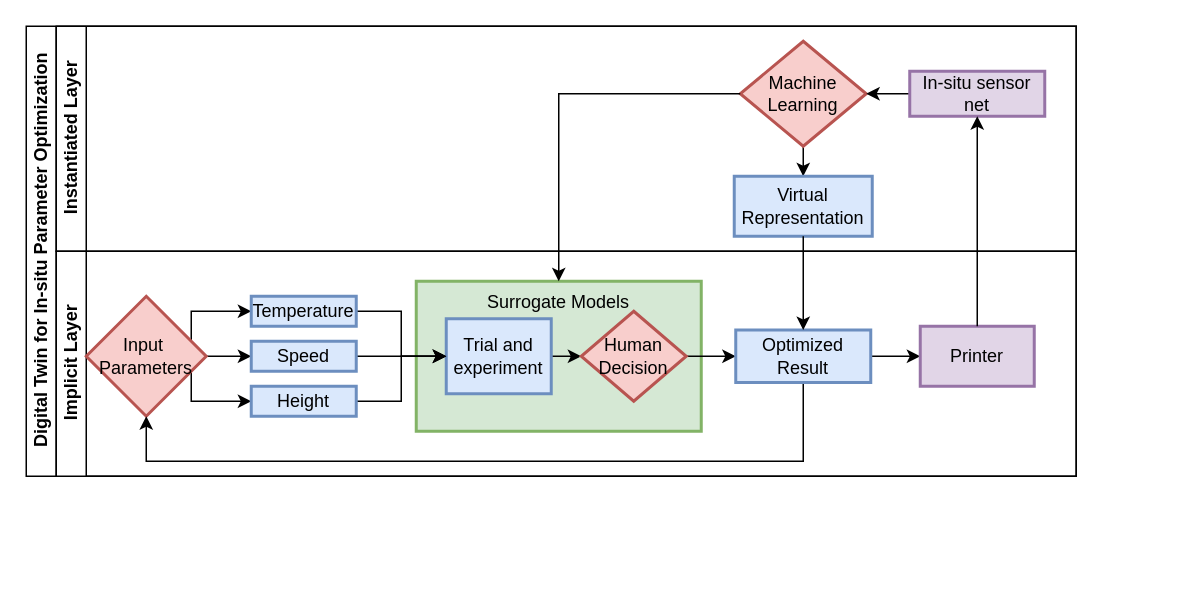
KexinYin-in-UK/In-situ-parameter-optimization keeps this draw.io diagram as 未命名绘图.drawio. Above is the earlier version. Source tidied: cells renumbered, new cells numbered last; positions are measured from the earlier drawing's top-left corner, leaving out a move shared by most shapes. Both pictures are drawn from the tidied source at 150%, with x=0, y=0 at pixel (26, 26).
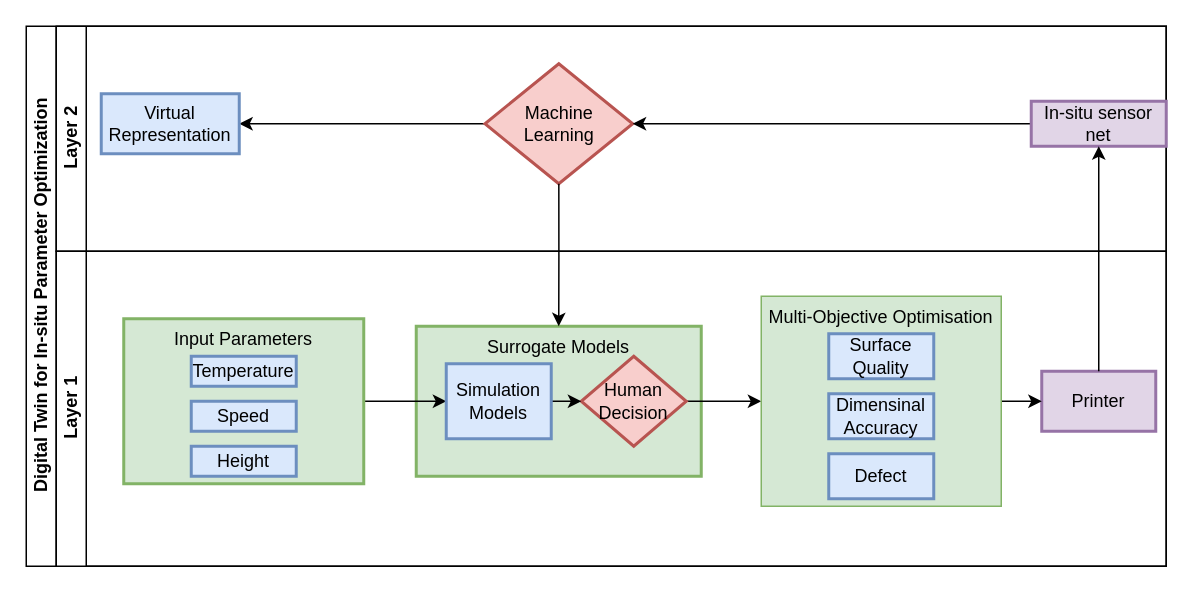
After the change.

Commit message:
更新未命名绘图.drawio

The edit, as a diff of the source:
```diff
@@
     <mxCell id="2" value="Digital Twin for In-situ Parameter Optimization" style="swimlane;html=1;horizontal=0;startSize=20;" parent="1" vertex="1">
-      <mxGeometry width="700" height="300" as="geometry" />
+      <mxGeometry width="760" height="360" as="geometry" />
     </mxCell>
-    <mxCell id="3" value="Instantiated Layer" style="swimlane;html=1;startSize=20;horizontal=0;" parent="2" vertex="1">
-      <mxGeometry x="20" width="680" height="150" as="geometry" />
+    <mxCell id="3" value="Layer 2" style="swimlane;html=1;startSize=20;horizontal=0;" parent="2" vertex="1">
+      <mxGeometry x="20" width="740" height="150" as="geometry" />
     </mxCell>
@@
     <mxCell id="5" value="Machine&lt;br&gt;Learning" style="rhombus;whiteSpace=wrap;html=1;fontFamily=Helvetica;fontSize=12;align=center;fillColor=#f8cecc;strokeColor=#b85450;strokeWidth=2;" parent="3" vertex="1">
-      <mxGeometry x="456" y="10" width="84" height="70" as="geometry" />
+      <mxGeometry x="285.8" y="25" width="98.5" height="80" as="geometry" />
     </mxCell>
@@
     <mxCell id="7" value="In-situ sensor net" style="rounded=0;whiteSpace=wrap;html=1;fillColor=#e1d5e7;strokeColor=#9673a6;strokeWidth=2;" parent="3" vertex="1">
-      <mxGeometry x="569" y="30" width="90" height="30" as="geometry" />
+      <mxGeometry x="650" y="50" width="90" height="30" as="geometry" />
     </mxCell>
     <mxCell id="8" value="Virtual&lt;br&gt;Representation" style="rounded=0;whiteSpace=wrap;html=1;fontFamily=Helvetica;fontSize=12;align=center;fillColor=#dae8fc;strokeColor=#6c8ebf;strokeWidth=2;" parent="3" vertex="1">
-      <mxGeometry x="452" y="100" width="92" height="40" as="geometry" />
+      <mxGeometry x="30" y="45" width="92" height="40" as="geometry" />
     </mxCell>
-    <mxCell id="9" value="Implicit Layer" style="swimlane;html=1;startSize=20;horizontal=0;" parent="2" vertex="1">
-      <mxGeometry x="20" y="150" width="680" height="150" as="geometry" />
+    <mxCell id="9" value="Layer 1" style="swimlane;html=1;startSize=20;horizontal=0;" parent="2" vertex="1">
+      <mxGeometry x="20" y="150" width="740" height="210" as="geometry" />
     </mxCell>
     <mxCell id="10" value="Surrogate Models" style="rounded=0;whiteSpace=wrap;html=1;verticalAlign=top;fillColor=#d5e8d4;strokeColor=#82b366;strokeWidth=2;" parent="9" vertex="1">
-      <mxGeometry x="240" y="20" width="190" height="100" as="geometry" />
+      <mxGeometry x="240" y="50" width="190" height="100" as="geometry" />
     </mxCell>
-    <mxCell id="11" style="edgeStyle=orthogonalEdgeStyle;rounded=0;jettySize=auto;html=1;exitX=1;exitY=0.5;exitDx=0;exitDy=0;entryX=0;entryY=0.5;entryDx=0;entryDy=0;" parent="9" edge="1" source="12" target="14">
-      <mxGeometry relative="1" as="geometry" />
-    </mxCell>
-    <mxCell id="12" value="Trial and experiment" style="rounded=0;whiteSpace=wrap;html=1;fontFamily=Helvetica;fontSize=12;align=center;fillColor=#dae8fc;strokeColor=#6c8ebf;strokeWidth=2;" parent="9" vertex="1">
-      <mxGeometry x="260" y="45" width="70" height="50" as="geometry" />
-    </mxCell>
-    <mxCell id="13" style="edgeStyle=orthogonalEdgeStyle;rounded=0;jettySize=auto;html=1;exitX=1;exitY=0.5;exitDx=0;exitDy=0;entryX=0;entryY=0.5;entryDx=0;entryDy=0;" parent="9" edge="1" source="14" target="27">
-      <mxGeometry relative="1" as="geometry" />
-    </mxCell>
+    <mxCell id="32" style="edgeStyle=orthogonalEdgeStyle;rounded=0;jettySize=auto;html=1;exitX=1;exitY=0.5;exitDx=0;exitDy=0;entryX=0;entryY=0.5;entryDx=0;entryDy=0;" parent="9" edge="1" source="18" target="35">
+      <mxGeometry relative="1" as="geometry" />
+    </mxCell>
+    <mxCell id="18" value="Input Parameters" style="rounded=0;whiteSpace=wrap;html=1;verticalAlign=top;fillColor=#d5e8d4;strokeColor=#82b366;strokeWidth=2;" parent="9" vertex="1">
+      <mxGeometry x="45" y="45" width="160" height="110" as="geometry" />
+    </mxCell>
+    <mxCell id="33" style="edgeStyle=orthogonalEdgeStyle;rounded=0;jettySize=auto;html=1;exitX=1;exitY=0.5;exitDx=0;exitDy=0;entryX=0;entryY=0.5;entryDx=0;entryDy=0;" parent="9" edge="1" source="14" target="37">
+      <mxGeometry relative="1" as="geometry" />
+    </mxCell>
     <mxCell id="14" value="Human&lt;br&gt;Decision" style="rhombus;whiteSpace=wrap;html=1;fontFamily=Helvetica;fontSize=12;align=center;fillColor=#f8cecc;strokeColor=#b85450;strokeWidth=2;" parent="9" vertex="1">
-      <mxGeometry x="350" y="40" width="70" height="60" as="geometry" />
+      <mxGeometry x="350" y="70" width="70" height="60" as="geometry" />
     </mxCell>
-    <mxCell id="15" style="edgeStyle=orthogonalEdgeStyle;rounded=0;jettySize=auto;html=1;exitX=1;exitY=0.5;exitDx=0;exitDy=0;entryX=0;entryY=0.5;entryDx=0;entryDy=0;" parent="9" edge="1" source="18" target="22">
-      <mxGeometry relative="1" as="geometry" />
-    </mxCell>
-    <mxCell id="16" style="edgeStyle=orthogonalEdgeStyle;rounded=0;jettySize=auto;html=1;exitX=1;exitY=0.5;exitDx=0;exitDy=0;entryX=0;entryY=0.5;entryDx=0;entryDy=0;" parent="9" edge="1" source="18" target="24">
-      <mxGeometry relative="1" as="geometry">
-        <Array as="points">
-          <mxPoint x="90" y="70" />
-          <mxPoint x="90" y="100" />
-        </Array>
-      </mxGeometry>
-    </mxCell>
-    <mxCell id="17" style="edgeStyle=orthogonalEdgeStyle;rounded=0;jettySize=auto;html=1;exitX=1;exitY=0.5;exitDx=0;exitDy=0;entryX=0;entryY=0.5;entryDx=0;entryDy=0;" parent="9" edge="1" source="18" target="20">
-      <mxGeometry relative="1" as="geometry">
-        <Array as="points">
-          <mxPoint x="90" y="70" />
-          <mxPoint x="90" y="40" />
-        </Array>
-      </mxGeometry>
-    </mxCell>
-    <mxCell id="18" value="Input&amp;nbsp;&lt;br&gt;Parameters" style="rhombus;whiteSpace=wrap;html=1;fillColor=#f8cecc;strokeColor=#b85450;strokeWidth=2;" parent="9" vertex="1">
-      <mxGeometry x="20" y="30" width="80" height="80" as="geometry" />
-    </mxCell>
-    <mxCell id="19" style="edgeStyle=orthogonalEdgeStyle;rounded=0;jettySize=auto;html=1;exitX=1;exitY=0.5;exitDx=0;exitDy=0;entryX=0;entryY=0.5;entryDx=0;entryDy=0;" parent="9" edge="1" source="20" target="12">
-      <mxGeometry relative="1" as="geometry" />
-    </mxCell>
     <mxCell id="20" value="Temperature" style="rounded=0;whiteSpace=wrap;html=1;fillColor=#dae8fc;strokeColor=#6c8ebf;strokeWidth=2;" parent="9" vertex="1">
-      <mxGeometry x="130" y="30" width="70" height="20" as="geometry" />
+      <mxGeometry x="90" y="70" width="70" height="20" as="geometry" />
     </mxCell>
-    <mxCell id="21" style="edgeStyle=orthogonalEdgeStyle;rounded=0;jettySize=auto;html=1;exitX=1;exitY=0.5;exitDx=0;exitDy=0;entryX=0;entryY=0.5;entryDx=0;entryDy=0;" parent="9" edge="1" source="22" target="12">
-      <mxGeometry relative="1" as="geometry" />
-    </mxCell>
     <mxCell id="22" value="Speed" style="rounded=0;whiteSpace=wrap;html=1;fillColor=#dae8fc;strokeColor=#6c8ebf;strokeWidth=2;" parent="9" vertex="1">
-      <mxGeometry x="130" y="60" width="70" height="20" as="geometry" />
+      <mxGeometry x="90" y="100" width="70" height="20" as="geometry" />
     </mxCell>
-    <mxCell id="23" style="edgeStyle=orthogonalEdgeStyle;rounded=0;jettySize=auto;html=1;exitX=1;exitY=0.5;exitDx=0;exitDy=0;entryX=0;entryY=0.5;entryDx=0;entryDy=0;" parent="9" edge="1" source="24" target="12">
-      <mxGeometry relative="1" as="geometry" />
-    </mxCell>
     <mxCell id="24" value="Height" style="rounded=0;whiteSpace=wrap;html=1;fillColor=#dae8fc;strokeColor=#6c8ebf;strokeWidth=2;" parent="9" vertex="1">
-      <mxGeometry x="130" y="90" width="70" height="20" as="geometry" />
+      <mxGeometry x="90" y="130" width="70" height="20" as="geometry" />
     </mxCell>
-    <mxCell id="25" style="edgeStyle=orthogonalEdgeStyle;rounded=0;jettySize=auto;html=1;exitX=0.5;exitY=1;exitDx=0;exitDy=0;entryX=0.5;entryY=1;entryDx=0;entryDy=0;" parent="9" edge="1" source="27" target="18">
-      <mxGeometry relative="1" as="geometry">
-        <Array as="points">
-          <mxPoint x="498" y="140" />
-          <mxPoint x="60" y="140" />
-        </Array>
-      </mxGeometry>
-    </mxCell>
-    <mxCell id="26" style="edgeStyle=orthogonalEdgeStyle;rounded=0;jettySize=auto;html=1;exitX=1;exitY=0.5;exitDx=0;exitDy=0;entryX=0;entryY=0.5;entryDx=0;entryDy=0;" parent="9" edge="1" source="27" target="28">
-      <mxGeometry relative="1" as="geometry" />
-    </mxCell>
-    <mxCell id="27" value="Optimized Result" style="rounded=0;whiteSpace=wrap;html=1;fillColor=#dae8fc;strokeColor=#6c8ebf;strokeWidth=2;" parent="9" vertex="1">
-      <mxGeometry x="453" y="52.5" width="90" height="35" as="geometry" />
-    </mxCell>
     <mxCell id="28" value="Printer" style="rounded=0;whiteSpace=wrap;html=1;fillColor=#e1d5e7;strokeColor=#9673a6;strokeWidth=2;" parent="9" vertex="1">
-      <mxGeometry x="576" y="50" width="76" height="40" as="geometry" />
+      <mxGeometry x="657" y="80" width="76" height="40" as="geometry" />
     </mxCell>
+    <mxCell id="34" style="edgeStyle=orthogonalEdgeStyle;rounded=0;jettySize=auto;html=1;exitX=1;exitY=0.5;exitDx=0;exitDy=0;entryX=0;entryY=0.5;entryDx=0;entryDy=0;" parent="9" edge="1" source="35" target="14">
+      <mxGeometry relative="1" as="geometry" />
+    </mxCell>
+    <mxCell id="35" value="Simulation Models" style="rounded=0;whiteSpace=wrap;html=1;fontFamily=Helvetica;fontSize=12;align=center;fillColor=#dae8fc;strokeColor=#6c8ebf;strokeWidth=2;" parent="9" vertex="1">
+      <mxGeometry x="260" y="75" width="70" height="50" as="geometry" />
+    </mxCell>
+    <mxCell id="36" style="edgeStyle=orthogonalEdgeStyle;rounded=0;jettySize=auto;html=1;exitX=1;exitY=0.5;exitDx=0;exitDy=0;entryX=0;entryY=0.5;entryDx=0;entryDy=0;" parent="9" edge="1" source="37" target="28">
+      <mxGeometry relative="1" as="geometry" />
+    </mxCell>
+    <mxCell id="37" value="Multi-Objective Optimisation" style="rounded=0;whiteSpace=wrap;html=1;fillColor=#d5e8d4;strokeColor=#82b366;verticalAlign=top;" parent="9" vertex="1">
+      <mxGeometry x="470" y="30" width="160" height="140" as="geometry" />
+    </mxCell>
+    <mxCell id="38" value="Surface Quality" style="rounded=0;whiteSpace=wrap;html=1;fillColor=#dae8fc;strokeColor=#6c8ebf;strokeWidth=2;" parent="9" vertex="1">
+      <mxGeometry x="515" y="55" width="70" height="30" as="geometry" />
+    </mxCell>
+    <mxCell id="39" value="Dimensinal Accuracy" style="rounded=0;whiteSpace=wrap;html=1;fillColor=#dae8fc;strokeColor=#6c8ebf;strokeWidth=2;" parent="9" vertex="1">
+      <mxGeometry x="515" y="95" width="70" height="30" as="geometry" />
+    </mxCell>
+    <mxCell id="40" value="Defect" style="rounded=0;whiteSpace=wrap;html=1;fillColor=#dae8fc;strokeColor=#6c8ebf;strokeWidth=2;" parent="9" vertex="1">
+      <mxGeometry x="515" y="135" width="70" height="30" as="geometry" />
+    </mxCell>
@@
-    <mxCell id="30" style="edgeStyle=orthogonalEdgeStyle;rounded=0;jettySize=auto;html=1;exitX=0;exitY=0.5;exitDx=0;exitDy=0;entryX=0.5;entryY=0;entryDx=0;entryDy=0;" parent="2" edge="1" source="5" target="10">
+    <mxCell id="30" style="edgeStyle=orthogonalEdgeStyle;rounded=0;jettySize=auto;html=1;exitX=0.5;exitY=1;exitDx=0;exitDy=0;entryX=0.5;entryY=0;entryDx=0;entryDy=0;" parent="2" edge="1" source="5" target="10">
       <mxGeometry relative="1" as="geometry" />
     </mxCell>
-    <mxCell id="31" style="edgeStyle=orthogonalEdgeStyle;rounded=0;jettySize=auto;html=1;" parent="2" edge="1" source="8" target="27">
-      <mxGeometry relative="1" as="geometry" />
-    </mxCell>
```
